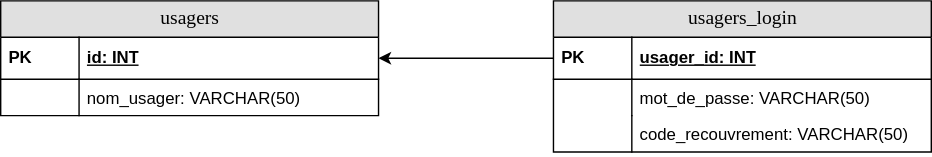
Before: docs/images/relation_un_un.svg, a diagram exported from draw.io (cegepvictoetienne/bd2). Source tidied: cells renumbered, new cells last; positions are measured from the earlier drawing's top-left corner, leaving out a move shared by most shapes.
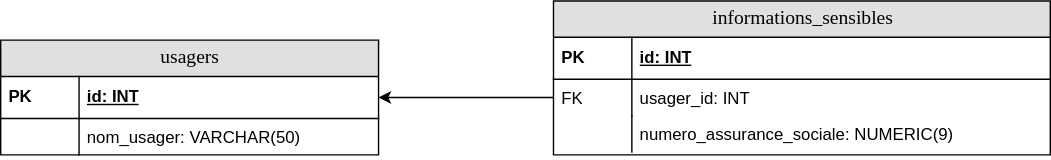
After the commit.

Change to the diagram source:
```diff
@@ -2,7 +2,7 @@
   <root>
     <mxCell id="0" />
     <mxCell id="1" parent="0" />
-    <mxCell id="2" style="edgeStyle=orthogonalEdgeStyle;rounded=0;jettySize=auto;html=1;entryX=1;entryY=0.5;entryDx=0;entryDy=0;exitX=0;exitY=0.5;exitDx=0;exitDy=0;" parent="1" edge="1" source="9" target="4">
+    <mxCell id="2" style="edgeStyle=orthogonalEdgeStyle;rounded=0;jettySize=auto;html=1;entryX=1;entryY=0.5;entryDx=0;entryDy=0;exitX=0;exitY=0.5;exitDx=0;exitDy=0;" parent="1" edge="1" source="11" target="4">
       <mxGeometry relative="1" as="geometry" />
     </mxCell>
     <mxCell id="3" value="usagers" style="swimlane;html=1;fontStyle=0;horizontal=1;startSize=26;fillColor=#e0e0e0;swimlaneFillColor=#ffffff;align=center;rounded=0;shadow=0;comic=0;labelBackgroundColor=none;strokeWidth=1;fontFamily=Verdana;fontSize=14;" parent="1" vertex="1">
@@ -20,25 +20,25 @@
     <mxCell id="7" style="shape=partialRectangle;top=0;left=0;bottom=0;html=1;fillColor=none;align=left;verticalAlign=top;spacingLeft=4;spacingRight=4;whiteSpace=wrap;overflow=hidden;" parent="6" vertex="1">
       <mxGeometry width="56" height="26" as="geometry" />
     </mxCell>
-    <mxCell id="8" value="usagers_login" style="swimlane;html=1;fontStyle=0;horizontal=1;startSize=26;fillColor=#e0e0e0;swimlaneFillColor=#ffffff;align=center;rounded=0;shadow=0;comic=0;labelBackgroundColor=none;strokeWidth=1;fontFamily=Verdana;fontSize=14;" parent="1" vertex="1">
-      <mxGeometry x="395" width="270" height="108" as="geometry" />
+    <mxCell id="8" value="informations_sensibles" style="swimlane;html=1;fontStyle=0;horizontal=1;startSize=26;fillColor=#e0e0e0;swimlaneFillColor=#ffffff;align=center;rounded=0;shadow=0;comic=0;labelBackgroundColor=none;strokeWidth=1;fontFamily=Verdana;fontSize=14;" parent="1" vertex="1">
+      <mxGeometry x="395" y="-28" width="355" height="110" as="geometry" />
     </mxCell>
-    <mxCell id="9" value="usager_id: INT" style="shape=partialRectangle;top=0;left=0;right=0;bottom=1;html=1;align=left;verticalAlign=middle;fillColor=none;spacingLeft=60;spacingRight=4;whiteSpace=wrap;overflow=hidden;points=[[0,0.5],[1,0.5]];portConstraint=eastwest;fontStyle=5;" parent="8" vertex="1">
-      <mxGeometry y="26" width="270" height="30" as="geometry" />
+    <mxCell id="9" value="id: INT" style="shape=partialRectangle;top=0;left=0;right=0;bottom=1;html=1;align=left;verticalAlign=middle;fillColor=none;spacingLeft=60;spacingRight=4;whiteSpace=wrap;overflow=hidden;points=[[0,0.5],[1,0.5]];portConstraint=eastwest;fontStyle=5;" parent="8" vertex="1">
+      <mxGeometry y="26" width="355" height="30" as="geometry" />
     </mxCell>
     <mxCell id="10" value="PK" style="shape=partialRectangle;fontStyle=1;top=0;left=0;bottom=0;html=1;fillColor=none;align=left;verticalAlign=middle;spacingLeft=4;spacingRight=4;whiteSpace=wrap;overflow=hidden;" parent="9" vertex="1">
       <mxGeometry width="56" height="30" as="geometry" />
     </mxCell>
-    <mxCell id="11" value="mot_de_passe: VARCHAR(50)" style="shape=partialRectangle;top=0;left=0;right=0;bottom=0;html=1;align=left;verticalAlign=top;fillColor=none;spacingLeft=60;spacingRight=4;whiteSpace=wrap;overflow=hidden;points=[[0,0.5],[1,0.5]];portConstraint=eastwest;" parent="8" vertex="1">
-      <mxGeometry y="56" width="270" height="26" as="geometry" />
+    <mxCell id="11" value="usager_id: INT" style="shape=partialRectangle;top=0;left=0;right=0;bottom=0;html=1;align=left;verticalAlign=top;fillColor=none;spacingLeft=60;spacingRight=4;whiteSpace=wrap;overflow=hidden;points=[[0,0.5],[1,0.5]];portConstraint=eastwest;" parent="8" vertex="1">
+      <mxGeometry y="56" width="355" height="26" as="geometry" />
     </mxCell>
-    <mxCell id="12" style="shape=partialRectangle;top=0;left=0;bottom=0;html=1;fillColor=none;align=left;verticalAlign=top;spacingLeft=4;spacingRight=4;whiteSpace=wrap;overflow=hidden;" parent="11" vertex="1">
+    <mxCell id="12" value="FK" style="shape=partialRectangle;top=0;left=0;bottom=0;html=1;fillColor=none;align=left;verticalAlign=top;spacingLeft=4;spacingRight=4;whiteSpace=wrap;overflow=hidden;" parent="11" vertex="1">
       <mxGeometry width="56" height="26" as="geometry" />
     </mxCell>
-    <mxCell id="13" value="code_recouvrement: VARCHAR(50)" style="shape=partialRectangle;top=0;left=0;right=0;bottom=0;html=1;align=left;verticalAlign=top;fillColor=none;spacingLeft=60;spacingRight=4;whiteSpace=wrap;overflow=hidden;" parent="8" vertex="1">
-      <mxGeometry y="82" width="270" height="26" as="geometry" />
-    </mxCell>
+    <mxCell id="15" value="numero_assurance_sociale: NUMERIC(9)" style="shape=partialRectangle;top=0;left=0;right=0;bottom=0;html=1;align=left;verticalAlign=top;fillColor=none;spacingLeft=60;spacingRight=4;whiteSpace=wrap;overflow=hidden;" parent="8" vertex="1">
+      <mxGeometry y="82" width="355" height="26" as="geometry" />
+    </mxCell>
-    <mxCell id="14" style="shape=partialRectangle;top=0;left=0;bottom=0;html=1;fillColor=none;align=left;verticalAlign=top;spacingLeft=4;spacingRight=4;whiteSpace=wrap;overflow=hidden;" parent="13" vertex="1">
+    <mxCell id="14" style="shape=partialRectangle;top=0;left=0;bottom=0;html=1;fillColor=none;align=left;verticalAlign=top;spacingLeft=4;spacingRight=4;whiteSpace=wrap;overflow=hidden;" parent="15" vertex="1">
       <mxGeometry width="56" height="26" as="geometry" />
     </mxCell>
   </root>
```
